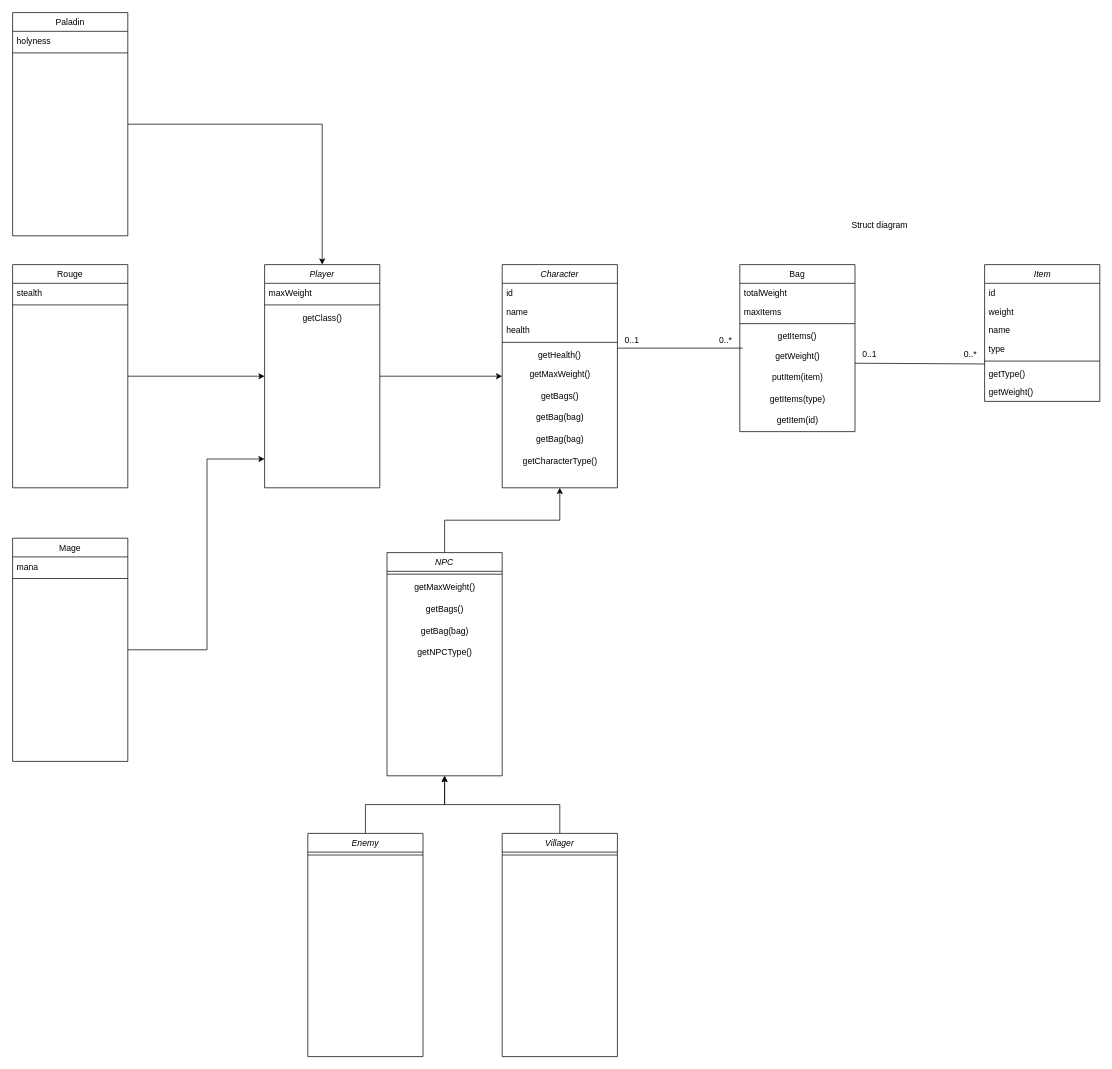
Before: assets/inteUML.drawio in Durelius/INTEproj, a draw.io diagram. Source tidied: cells renumbered, new cells numbered last; positions are measured from the earlier drawing's top-left corner, leaving out a move shared by most shapes. Both pictures are drawn from the tidied source at 72%, with x=0, y=0 at pixel (12, 12).
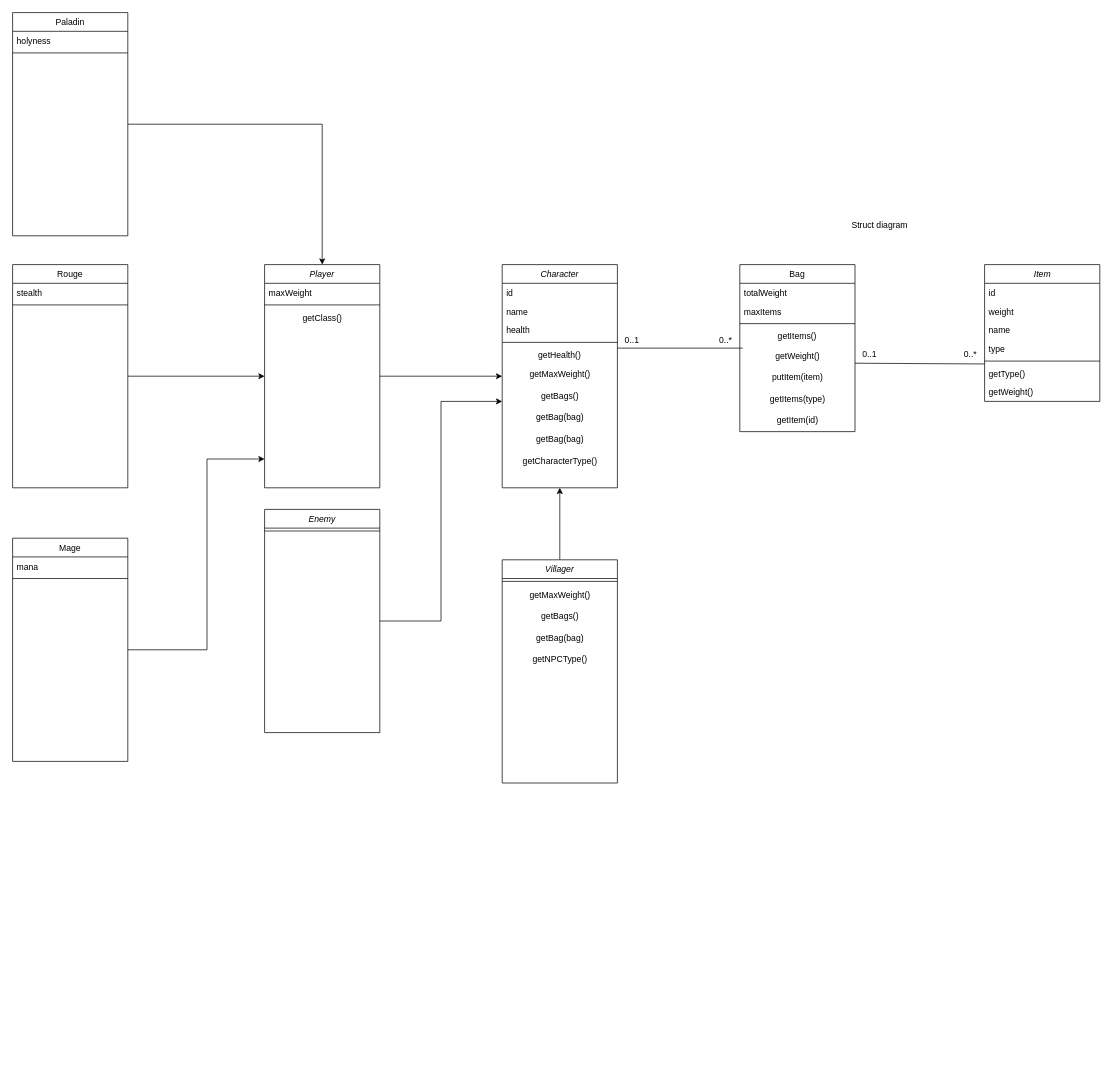
The same page after the edit.

Commit message (it also covers changes not shown here):
Ny uml och startat på NPC

The change refers to these unchanged cells:
```xml
<mxCell id="30" value="getBags()" style="text;html=1;align=center;verticalAlign=middle;points=[];strokeColor=none;fillColor=none;" parent="23" vertex="1">
  <mxGeometry y="168" width="160" height="30" as="geometry" />
</mxCell>
```

What changed in the source:
```diff
@@
-    <mxCell id="43" value="NPC" style="swimlane;fontStyle=2;align=center;verticalAlign=top;horizontal=1;startSize=26;rounded=0;shadow=0;strokeWidth=1;" parent="1" vertex="1">
-      <mxGeometry x="520" y="750" width="160" height="310" as="geometry" />
+    <mxCell id="43" value="Villager" style="swimlane;fontStyle=2;align=center;verticalAlign=top;horizontal=1;startSize=26;rounded=0;shadow=0;strokeWidth=1;" parent="1" vertex="1">
+      <mxGeometry x="680" y="760" width="160" height="310" as="geometry" />
     </mxCell>
@@
-    <mxCell id="61" style="edgeStyle=orthogonalEdgeStyle;rounded=0;jettySize=auto;html=1;" parent="1" edge="1" source="62" target="43">
-      <mxGeometry relative="1" as="geometry" />
-    </mxCell>
     <mxCell id="62" value="Enemy" style="swimlane;fontStyle=2;align=center;verticalAlign=top;horizontal=1;startSize=26;rounded=0;shadow=0;strokeWidth=1;" parent="1" vertex="1">
-      <mxGeometry x="410" y="1140" width="160" height="310" as="geometry" />
+      <mxGeometry x="350" y="690" width="160" height="310" as="geometry" />
     </mxCell>
@@
-    <mxCell id="64" style="edgeStyle=orthogonalEdgeStyle;rounded=0;jettySize=auto;html=1;" parent="1" edge="1" source="65" target="43">
-      <mxGeometry relative="1" as="geometry" />
-    </mxCell>
-    <mxCell id="65" value="Villager" style="swimlane;fontStyle=2;align=center;verticalAlign=top;horizontal=1;startSize=26;rounded=0;shadow=0;strokeWidth=1;" parent="1" vertex="1">
-      <mxGeometry x="680" y="1140" width="160" height="310" as="geometry" />
-    </mxCell>
-    <mxCell id="66" style="line;html=1;strokeWidth=1;align=left;verticalAlign=middle;spacingTop=-1;spacingLeft=3;spacingRight=3;labelPosition=right;" parent="65" vertex="1">
-      <mxGeometry y="26" width="160" height="8" as="geometry" />
-    </mxCell>
+    <mxCell id="67" style="edgeStyle=orthogonalEdgeStyle;rounded=0;jettySize=auto;html=1;entryX=0;entryY=0.733;entryDx=0;entryDy=0;entryPerimeter=0;" parent="1" edge="1" source="62" target="30">
+      <mxGeometry relative="1" as="geometry" />
+    </mxCell>
```
